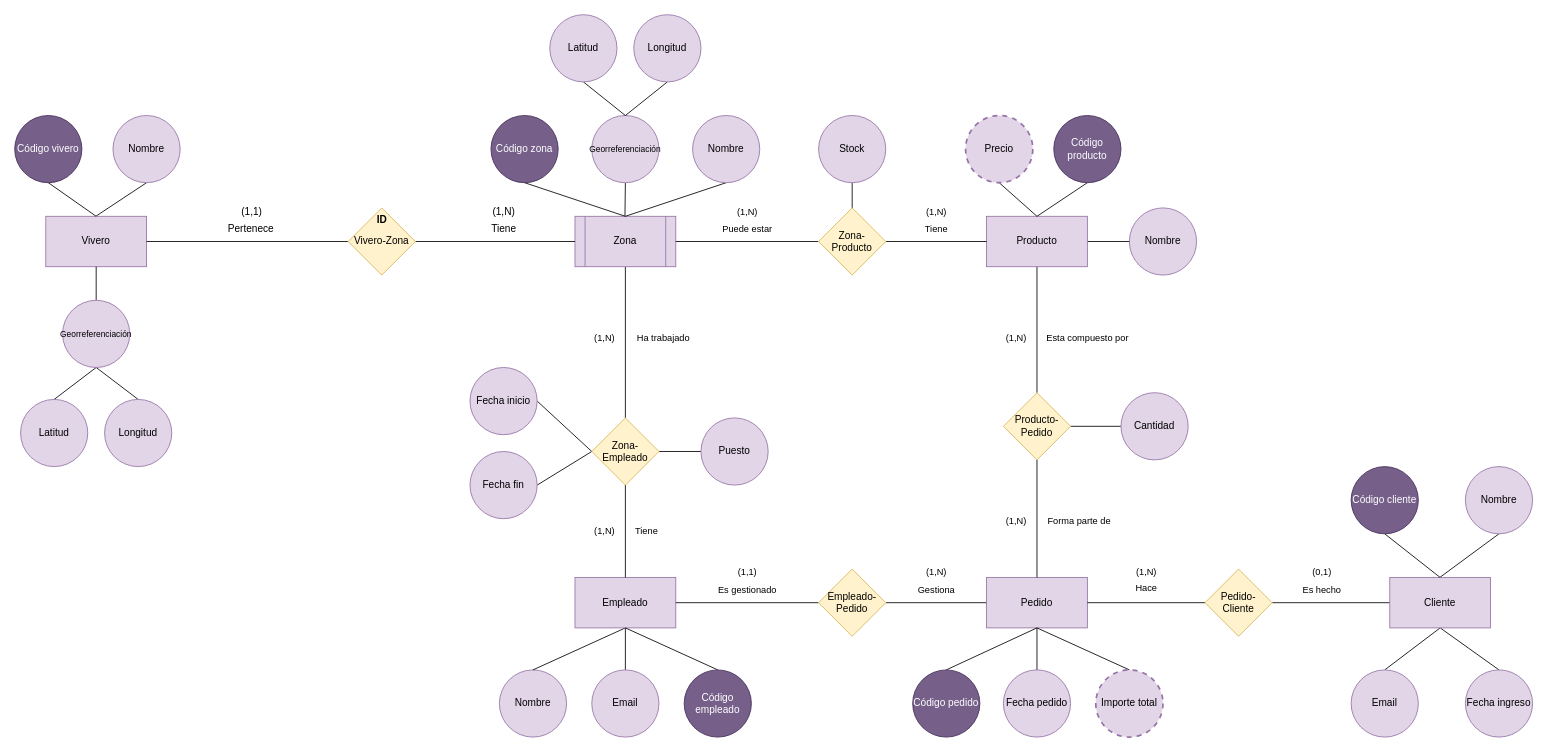
This is P2ADBD.drawio from Nestor-DF/ADBD-2024-2025-Practica02-PE, a draw.io file, before an edit. Source tidied: cells renumbered, new cells numbered last; positions are measured from the earlier drawing's top-left corner, leaving out a move shared by most shapes. Both pictures are drawn from the tidied source at 84%, with x=0, y=0 at pixel (14, 14).
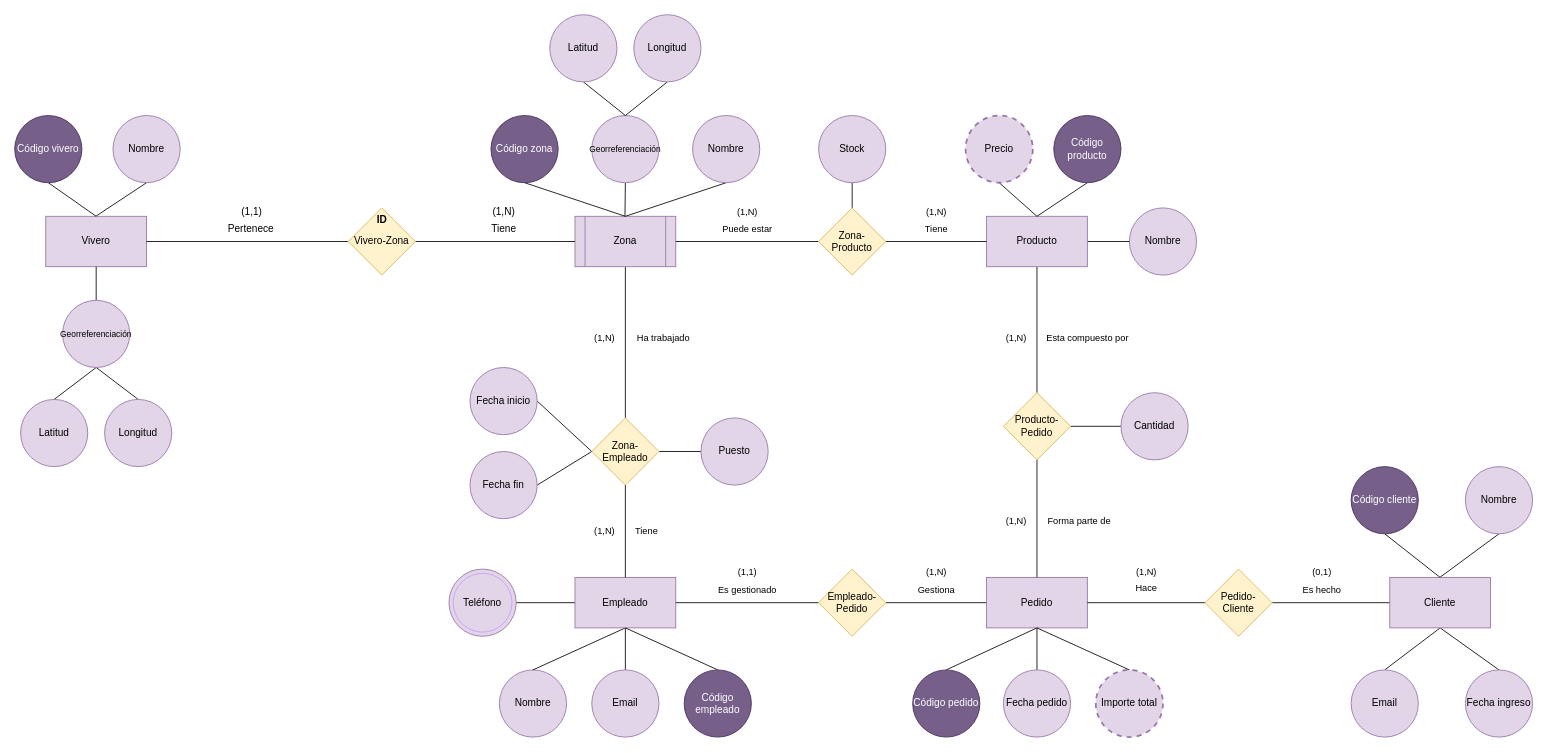
After the change.

The change refers to these unchanged cells:
```xml
<mxCell id="46" value="Empleado" style="rounded=0;whiteSpace=wrap;html=1;fillColor=#e1d5e7;strokeColor=#9673a6;" parent="1" vertex="1">
  <mxGeometry x="667" y="670" width="120" height="60" as="geometry" />
</mxCell>
```

What changed in the source:
```diff
@@
+    <mxCell id="107" style="edgeStyle=orthogonalEdgeStyle;rounded=0;jettySize=auto;html=1;exitX=0;exitY=0.5;exitDx=0;exitDy=0;entryX=1;entryY=0.5;entryDx=0;entryDy=0;endArrow=none;endFill=0;" parent="1" edge="1" source="46" target="108">
+      <mxGeometry relative="1" as="geometry" />
+    </mxCell>
@@
+    <mxCell id="108" value="Teléfono" style="ellipse;whiteSpace=wrap;html=1;fillColor=#e1d5e7;strokeColor=#9673a6;" parent="1" vertex="1">
+      <mxGeometry x="517" y="660" width="80" height="80" as="geometry" />
+    </mxCell>
+    <mxCell id="109" style="ellipse;whiteSpace=wrap;html=1;fillColor=none;strokeColor=#CC99FF;" parent="1" vertex="1">
+      <mxGeometry x="522" y="665" width="70" height="70" as="geometry" />
+    </mxCell>
```
